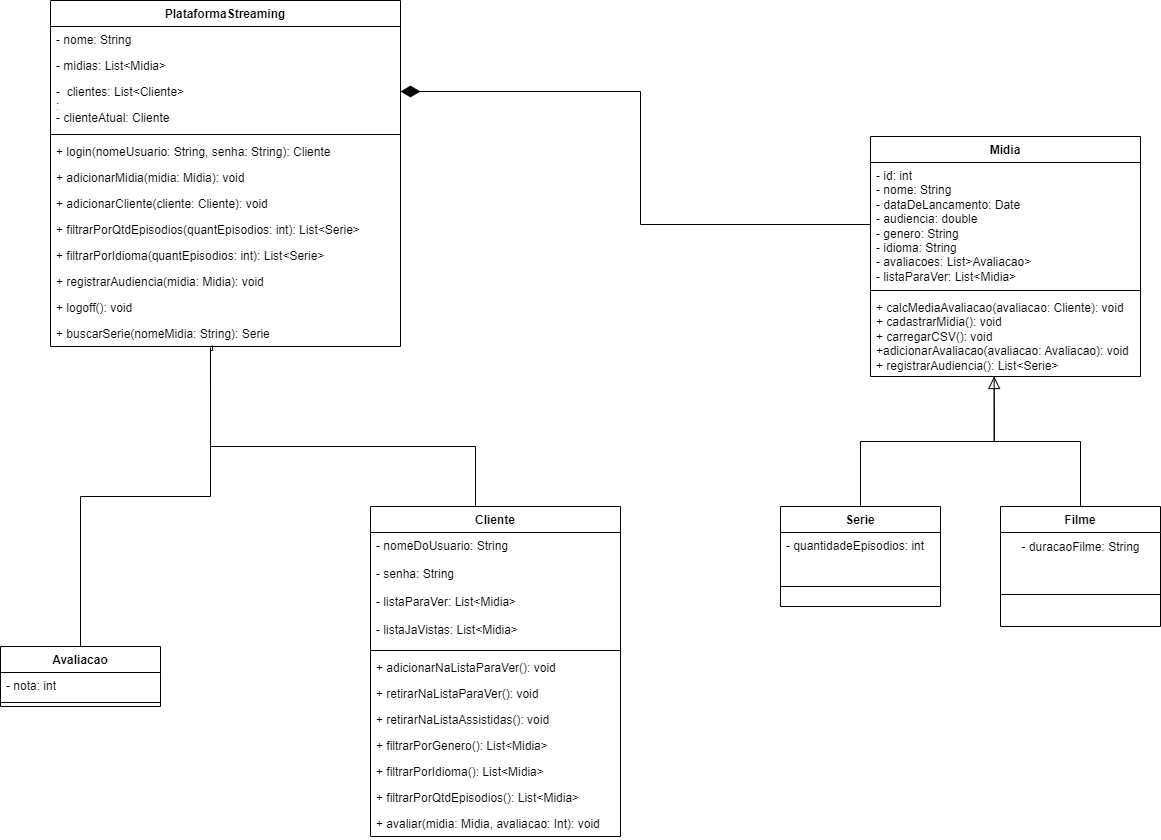
The draw.io diagram docs/diagramas/Diagrama.png in DisciplinasProgramacao/lpm_projetos_3_4_5-grupo4-g2, before a commit. Source tidied: cells renumbered, new cells last; positions are measured from the earlier drawing's top-left corner, leaving out a move shared by most shapes. Source of this version:
```xml
<mxGraphModel>
  <root>
    <mxCell id="0" />
    <mxCell id="1" parent="0" />
    <mxCell id="2" style="edgeStyle=orthogonalEdgeStyle;rounded=0;jettySize=auto;html=1;entryX=0.458;entryY=1;entryDx=0;entryDy=0;entryPerimeter=0;endArrow=block;endFill=0;endSize=10;" parent="1" edge="1" source="3" target="38">
      <mxGeometry relative="1" as="geometry" />
    </mxCell>
    <mxCell id="3" value="Serie" style="swimlane;fontStyle=1;align=center;verticalAlign=top;horizontal=1;startSize=26;" parent="1" vertex="1">
      <mxGeometry x="780" y="506" width="160" height="100" as="geometry" />
    </mxCell>
    <mxCell id="4" value="- quantidadeEpisodios: int" style="text;strokeColor=none;fillColor=none;align=left;verticalAlign=top;spacingLeft=4;spacingRight=4;overflow=hidden;" parent="3" vertex="1">
      <mxGeometry y="26" width="160" height="34" as="geometry" />
    </mxCell>
    <mxCell id="5" style="line;strokeWidth=1;fillColor=none;align=left;verticalAlign=middle;spacingTop=-1;spacingLeft=3;spacingRight=3;labelPosition=right;strokeColor=inherit;" parent="3" vertex="1">
      <mxGeometry y="60" width="160" height="40" as="geometry" />
    </mxCell>
    <mxCell id="6" style="edgeStyle=orthogonalEdgeStyle;rounded=0;jettySize=auto;html=1;entryX=0.458;entryY=1;entryDx=0;entryDy=0;entryPerimeter=0;endArrow=none;endFill=0;" parent="1" edge="1" source="7" target="38">
      <mxGeometry relative="1" as="geometry" />
    </mxCell>
    <mxCell id="7" value="Filme" style="swimlane;fontStyle=1;align=center;verticalAlign=top;horizontal=1;startSize=26;" parent="1" vertex="1">
      <mxGeometry x="1000" y="506" width="160" height="120" as="geometry" />
    </mxCell>
    <mxCell id="8" value="- duracaoFilme: String" style="text;html=1;align=center;verticalAlign=middle;strokeColor=none;fillColor=none;" parent="7" vertex="1">
      <mxGeometry y="26" width="160" height="30" as="geometry" />
    </mxCell>
    <mxCell id="9" style="line;strokeWidth=1;fillColor=none;align=left;verticalAlign=middle;spacingTop=-1;spacingLeft=3;spacingRight=3;labelPosition=right;strokeColor=inherit;" parent="7" vertex="1">
      <mxGeometry y="56" width="160" height="64" as="geometry" />
    </mxCell>
    <mxCell id="10" style="edgeStyle=orthogonalEdgeStyle;rounded=0;jettySize=auto;html=1;entryX=0.463;entryY=0.962;entryDx=0;entryDy=0;entryPerimeter=0;endArrow=none;endFill=0;endSize=16;" parent="1" edge="1" source="11" target="34">
      <mxGeometry relative="1" as="geometry">
        <Array as="points">
          <mxPoint x="475" y="446" />
          <mxPoint x="210" y="446" />
          <mxPoint x="210" y="350" />
          <mxPoint x="212" y="350" />
        </Array>
      </mxGeometry>
    </mxCell>
    <mxCell id="11" value="Cliente&#10;" style="swimlane;fontStyle=1;align=center;verticalAlign=top;horizontal=1;startSize=26;" parent="1" vertex="1">
      <mxGeometry x="370" y="506" width="250" height="330" as="geometry" />
    </mxCell>
    <mxCell id="12" value="- nomeDoUsuario: String&#10;&#10;- senha: String&#10;&#10;- listaParaVer: List&lt;Midia&gt;&#10;&#10;- listaJaVistas: List&lt;Midia&gt;" style="text;strokeColor=none;fillColor=none;align=left;verticalAlign=top;spacingLeft=4;spacingRight=4;overflow=hidden;" parent="11" vertex="1">
      <mxGeometry y="26" width="250" height="114" as="geometry" />
    </mxCell>
    <mxCell id="13" style="line;strokeWidth=1;fillColor=none;align=left;verticalAlign=middle;spacingTop=-1;spacingLeft=3;spacingRight=3;labelPosition=right;strokeColor=inherit;" parent="11" vertex="1">
      <mxGeometry y="140" width="250" height="8" as="geometry" />
    </mxCell>
    <mxCell id="14" value="+ adicionarNaListaParaVer(): void" style="text;strokeColor=none;fillColor=none;align=left;verticalAlign=top;spacingLeft=4;spacingRight=4;overflow=hidden;" parent="11" vertex="1">
      <mxGeometry y="148" width="250" height="26" as="geometry" />
    </mxCell>
    <mxCell id="15" value="+ retirarNaListaParaVer(): void" style="text;strokeColor=none;fillColor=none;align=left;verticalAlign=top;spacingLeft=4;spacingRight=4;overflow=hidden;" parent="11" vertex="1">
      <mxGeometry y="174" width="250" height="26" as="geometry" />
    </mxCell>
    <mxCell id="16" value="+ retirarNaListaAssistidas(): void" style="text;strokeColor=none;fillColor=none;align=left;verticalAlign=top;spacingLeft=4;spacingRight=4;overflow=hidden;" parent="11" vertex="1">
      <mxGeometry y="200" width="250" height="26" as="geometry" />
    </mxCell>
    <mxCell id="17" value="+ filtrarPorGenero(): List&lt;Midia&gt;" style="text;strokeColor=none;fillColor=none;align=left;verticalAlign=top;spacingLeft=4;spacingRight=4;overflow=hidden;" parent="11" vertex="1">
      <mxGeometry y="226" width="250" height="26" as="geometry" />
    </mxCell>
    <mxCell id="18" value="+ filtrarPorIdioma(): List&lt;Midia&gt;" style="text;strokeColor=none;fillColor=none;align=left;verticalAlign=top;spacingLeft=4;spacingRight=4;overflow=hidden;" parent="11" vertex="1">
      <mxGeometry y="252" width="250" height="26" as="geometry" />
    </mxCell>
    <mxCell id="19" value="+ filtrarPorQtdEpisodios(): List&lt;Midia&gt;" style="text;strokeColor=none;fillColor=none;align=left;verticalAlign=top;spacingLeft=4;spacingRight=4;overflow=hidden;" parent="11" vertex="1">
      <mxGeometry y="278" width="250" height="26" as="geometry" />
    </mxCell>
    <mxCell id="20" value="+ avaliar(midia: Midia, avaliacao: Int): void" style="text;strokeColor=none;fillColor=none;align=left;verticalAlign=top;spacingLeft=4;spacingRight=4;overflow=hidden;" parent="11" vertex="1">
      <mxGeometry y="304" width="250" height="26" as="geometry" />
    </mxCell>
    <mxCell id="21" value="PlataformaStreaming" style="swimlane;fontStyle=1;align=center;verticalAlign=top;horizontal=1;startSize=26;" parent="1" vertex="1">
      <mxGeometry x="50" width="350" height="346" as="geometry" />
    </mxCell>
    <mxCell id="22" value="- nome: String" style="text;strokeColor=none;fillColor=none;align=left;verticalAlign=top;spacingLeft=4;spacingRight=4;overflow=hidden;" parent="21" vertex="1">
      <mxGeometry y="26" width="350" height="26" as="geometry" />
    </mxCell>
    <mxCell id="23" value="- midias: List&lt;Midia&gt;" style="text;strokeColor=none;fillColor=none;align=left;verticalAlign=top;spacingLeft=4;spacingRight=4;overflow=hidden;" parent="21" vertex="1">
      <mxGeometry y="52" width="350" height="26" as="geometry" />
    </mxCell>
    <mxCell id="24" value="-  clientes: List&lt;Cliente&gt; &#10;;" style="text;strokeColor=none;fillColor=none;align=left;verticalAlign=top;spacingLeft=4;spacingRight=4;overflow=hidden;points=[[0,0.5],[1,0.5]];portConstraint=eastwest;" parent="21" vertex="1">
      <mxGeometry y="78" width="350" height="26" as="geometry" />
    </mxCell>
    <mxCell id="25" value="- clienteAtual: Cliente" style="text;strokeColor=none;fillColor=none;align=left;verticalAlign=top;spacingLeft=4;spacingRight=4;overflow=hidden;" parent="21" vertex="1">
      <mxGeometry y="104" width="350" height="26" as="geometry" />
    </mxCell>
    <mxCell id="26" style="line;strokeWidth=1;fillColor=none;align=left;verticalAlign=middle;spacingTop=-1;spacingLeft=3;spacingRight=3;labelPosition=right;strokeColor=inherit;" parent="21" vertex="1">
      <mxGeometry y="130" width="350" height="8" as="geometry" />
    </mxCell>
    <mxCell id="27" value="+ login(nomeUsuario: String, senha: String): Cliente" style="text;strokeColor=none;fillColor=none;align=left;verticalAlign=top;spacingLeft=4;spacingRight=4;overflow=hidden;" parent="21" vertex="1">
      <mxGeometry y="138" width="350" height="26" as="geometry" />
    </mxCell>
    <mxCell id="28" value="+ adicionarMidia(midia: Midia): void" style="text;strokeColor=none;fillColor=none;align=left;verticalAlign=top;spacingLeft=4;spacingRight=4;overflow=hidden;" parent="21" vertex="1">
      <mxGeometry y="164" width="350" height="26" as="geometry" />
    </mxCell>
    <mxCell id="29" value="+ adicionarCliente(cliente: Cliente): void" style="text;strokeColor=none;fillColor=none;align=left;verticalAlign=top;spacingLeft=4;spacingRight=4;overflow=hidden;" parent="21" vertex="1">
      <mxGeometry y="190" width="350" height="26" as="geometry" />
    </mxCell>
    <mxCell id="30" value="+ filtrarPorQtdEpisodios(quantEpisodios: int): List&lt;Serie&gt;" style="text;strokeColor=none;fillColor=none;align=left;verticalAlign=top;spacingLeft=4;spacingRight=4;overflow=hidden;" parent="21" vertex="1">
      <mxGeometry y="216" width="350" height="26" as="geometry" />
    </mxCell>
    <mxCell id="31" value="+ filtrarPorIdioma(quantEpisodios: int): List&lt;Serie&gt;" style="text;strokeColor=none;fillColor=none;align=left;verticalAlign=top;spacingLeft=4;spacingRight=4;overflow=hidden;" parent="21" vertex="1">
      <mxGeometry y="242" width="350" height="26" as="geometry" />
    </mxCell>
    <mxCell id="32" value="+ registrarAudiencia(midia: Midia): void" style="text;strokeColor=none;fillColor=none;align=left;verticalAlign=top;spacingLeft=4;spacingRight=4;overflow=hidden;" parent="21" vertex="1">
      <mxGeometry y="268" width="350" height="26" as="geometry" />
    </mxCell>
    <mxCell id="33" value="+ logoff(): void" style="text;strokeColor=none;fillColor=none;align=left;verticalAlign=top;spacingLeft=4;spacingRight=4;overflow=hidden;" parent="21" vertex="1">
      <mxGeometry y="294" width="350" height="26" as="geometry" />
    </mxCell>
    <mxCell id="34" value="+ buscarSerie(nomeMidia: String): Serie" style="text;strokeColor=none;fillColor=none;align=left;verticalAlign=top;spacingLeft=4;spacingRight=4;overflow=hidden;points=[[0,0.5],[1,0.5]];portConstraint=eastwest;" parent="21" vertex="1">
      <mxGeometry y="320" width="350" height="26" as="geometry" />
    </mxCell>
    <mxCell id="35" value="Midia" style="swimlane;fontStyle=1;align=center;verticalAlign=top;horizontal=1;startSize=26;whiteSpace=wrap;html=1;" parent="1" vertex="1">
      <mxGeometry x="870" y="136" width="270" height="240" as="geometry" />
    </mxCell>
    <mxCell id="36" value="- id: int&lt;br style=&quot;border-color: var(--border-color);&quot;&gt;- nome: String&lt;br style=&quot;border-color: var(--border-color);&quot;&gt;- dataDeLancamento: Date&lt;br style=&quot;border-color: var(--border-color);&quot;&gt;- audiencia: double&lt;br style=&quot;border-color: var(--border-color);&quot;&gt;- genero: String&lt;br&gt;- idioma: String&lt;br&gt;- avaliacoes: List&amp;gt;Avaliacao&amp;gt;&lt;br&gt;- listaParaVer: List&amp;lt;Midia&amp;gt;&lt;br&gt;" style="text;strokeColor=none;fillColor=none;align=left;verticalAlign=top;spacingLeft=4;spacingRight=4;overflow=hidden;points=[[0,0.5],[1,0.5]];portConstraint=eastwest;whiteSpace=wrap;html=1;" parent="35" vertex="1">
      <mxGeometry y="26" width="270" height="124" as="geometry" />
    </mxCell>
    <mxCell id="37" style="line;strokeWidth=1;fillColor=none;align=left;verticalAlign=middle;spacingTop=-1;spacingLeft=3;spacingRight=3;labelPosition=right;strokeColor=inherit;" parent="35" vertex="1">
      <mxGeometry y="150" width="270" height="8" as="geometry" />
    </mxCell>
    <mxCell id="38" value="+ calcMediaAvaliacao(avaliacao: Cliente): void&amp;nbsp;&amp;nbsp;&lt;br&gt;+ cadastrarMidia(): void&lt;br&gt;+ carregarCSV(): void&lt;br&gt;+adicionarAvaliacao(avaliacao: Avaliacao): void&lt;br&gt;+ registrarAudiencia(): List&amp;lt;Serie&amp;gt;" style="text;strokeColor=none;fillColor=none;align=left;verticalAlign=top;spacingLeft=4;spacingRight=4;overflow=hidden;points=[[0,0.5],[1,0.5]];portConstraint=eastwest;whiteSpace=wrap;html=1;" parent="35" vertex="1">
      <mxGeometry y="158" width="270" height="82" as="geometry" />
    </mxCell>
    <mxCell id="39" style="edgeStyle=orthogonalEdgeStyle;rounded=0;jettySize=auto;html=1;entryX=1;entryY=0.5;entryDx=0;entryDy=0;endArrow=diamondThin;endFill=1;endSize=17;" parent="1" edge="1" source="36" target="24">
      <mxGeometry relative="1" as="geometry" />
    </mxCell>
    <mxCell id="40" style="edgeStyle=orthogonalEdgeStyle;rounded=0;jettySize=auto;html=1;entryX=0.457;entryY=1.038;entryDx=0;entryDy=0;entryPerimeter=0;endArrow=none;endFill=0;" parent="1" edge="1" source="41" target="34">
      <mxGeometry relative="1" as="geometry">
        <Array as="points">
          <mxPoint x="80" y="496" />
          <mxPoint x="210" y="496" />
        </Array>
      </mxGeometry>
    </mxCell>
    <mxCell id="41" value="Avaliacao" style="swimlane;fontStyle=1;align=center;verticalAlign=top;horizontal=1;startSize=26;whiteSpace=wrap;html=1;" parent="1" vertex="1">
      <mxGeometry y="646" width="160" height="60" as="geometry" />
    </mxCell>
    <mxCell id="42" value="- nota: int" style="text;strokeColor=none;fillColor=none;align=left;verticalAlign=top;spacingLeft=4;spacingRight=4;overflow=hidden;whiteSpace=wrap;html=1;" parent="41" vertex="1">
      <mxGeometry y="26" width="160" height="26" as="geometry" />
    </mxCell>
    <mxCell id="43" style="line;strokeWidth=1;fillColor=none;align=left;verticalAlign=middle;spacingTop=-1;spacingLeft=3;spacingRight=3;labelPosition=right;strokeColor=inherit;" parent="41" vertex="1">
      <mxGeometry y="52" width="160" height="8" as="geometry" />
    </mxCell>
  </root>
</mxGraphModel>
```
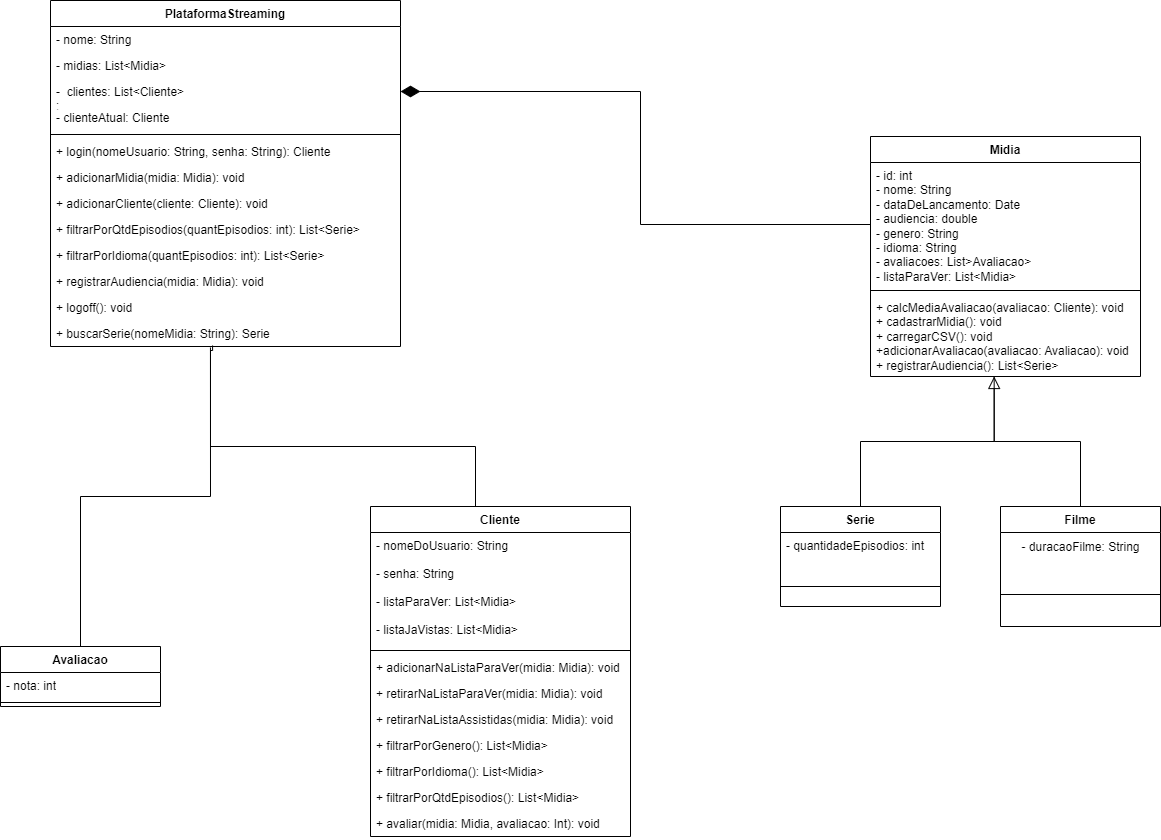
After the commit.

What changed in the source:
```diff
@@ -37,34 +37,34 @@
       </mxGeometry>
     </mxCell>
     <mxCell id="11" value="Cliente&#10;" style="swimlane;fontStyle=1;align=center;verticalAlign=top;horizontal=1;startSize=26;" parent="1" vertex="1">
-      <mxGeometry x="370" y="506" width="250" height="330" as="geometry" />
+      <mxGeometry x="370" y="506" width="260" height="330" as="geometry" />
     </mxCell>
     <mxCell id="12" value="- nomeDoUsuario: String&#10;&#10;- senha: String&#10;&#10;- listaParaVer: List&lt;Midia&gt;&#10;&#10;- listaJaVistas: List&lt;Midia&gt;" style="text;strokeColor=none;fillColor=none;align=left;verticalAlign=top;spacingLeft=4;spacingRight=4;overflow=hidden;" parent="11" vertex="1">
-      <mxGeometry y="26" width="250" height="114" as="geometry" />
+      <mxGeometry y="26" width="260" height="114" as="geometry" />
     </mxCell>
     <mxCell id="13" style="line;strokeWidth=1;fillColor=none;align=left;verticalAlign=middle;spacingTop=-1;spacingLeft=3;spacingRight=3;labelPosition=right;strokeColor=inherit;" parent="11" vertex="1">
-      <mxGeometry y="140" width="250" height="8" as="geometry" />
+      <mxGeometry y="140" width="260" height="8" as="geometry" />
     </mxCell>
-    <mxCell id="14" value="+ adicionarNaListaParaVer(): void" style="text;strokeColor=none;fillColor=none;align=left;verticalAlign=top;spacingLeft=4;spacingRight=4;overflow=hidden;" parent="11" vertex="1">
-      <mxGeometry y="148" width="250" height="26" as="geometry" />
+    <mxCell id="14" value="+ adicionarNaListaParaVer(midia: Midia): void" style="text;strokeColor=none;fillColor=none;align=left;verticalAlign=top;spacingLeft=4;spacingRight=4;overflow=hidden;" parent="11" vertex="1">
+      <mxGeometry y="148" width="260" height="26" as="geometry" />
     </mxCell>
-    <mxCell id="15" value="+ retirarNaListaParaVer(): void" style="text;strokeColor=none;fillColor=none;align=left;verticalAlign=top;spacingLeft=4;spacingRight=4;overflow=hidden;" parent="11" vertex="1">
-      <mxGeometry y="174" width="250" height="26" as="geometry" />
+    <mxCell id="15" value="+ retirarNaListaParaVer(midia: Midia): void" style="text;strokeColor=none;fillColor=none;align=left;verticalAlign=top;spacingLeft=4;spacingRight=4;overflow=hidden;" parent="11" vertex="1">
+      <mxGeometry y="174" width="260" height="26" as="geometry" />
     </mxCell>
-    <mxCell id="16" value="+ retirarNaListaAssistidas(): void" style="text;strokeColor=none;fillColor=none;align=left;verticalAlign=top;spacingLeft=4;spacingRight=4;overflow=hidden;" parent="11" vertex="1">
-      <mxGeometry y="200" width="250" height="26" as="geometry" />
+    <mxCell id="16" value="+ retirarNaListaAssistidas(midia: Midia): void" style="text;strokeColor=none;fillColor=none;align=left;verticalAlign=top;spacingLeft=4;spacingRight=4;overflow=hidden;" parent="11" vertex="1">
+      <mxGeometry y="200" width="260" height="26" as="geometry" />
     </mxCell>
     <mxCell id="17" value="+ filtrarPorGenero(): List&lt;Midia&gt;" style="text;strokeColor=none;fillColor=none;align=left;verticalAlign=top;spacingLeft=4;spacingRight=4;overflow=hidden;" parent="11" vertex="1">
-      <mxGeometry y="226" width="250" height="26" as="geometry" />
+      <mxGeometry y="226" width="260" height="26" as="geometry" />
     </mxCell>
     <mxCell id="18" value="+ filtrarPorIdioma(): List&lt;Midia&gt;" style="text;strokeColor=none;fillColor=none;align=left;verticalAlign=top;spacingLeft=4;spacingRight=4;overflow=hidden;" parent="11" vertex="1">
-      <mxGeometry y="252" width="250" height="26" as="geometry" />
+      <mxGeometry y="252" width="260" height="26" as="geometry" />
     </mxCell>
     <mxCell id="19" value="+ filtrarPorQtdEpisodios(): List&lt;Midia&gt;" style="text;strokeColor=none;fillColor=none;align=left;verticalAlign=top;spacingLeft=4;spacingRight=4;overflow=hidden;" parent="11" vertex="1">
-      <mxGeometry y="278" width="250" height="26" as="geometry" />
+      <mxGeometry y="278" width="260" height="26" as="geometry" />
     </mxCell>
     <mxCell id="20" value="+ avaliar(midia: Midia, avaliacao: Int): void" style="text;strokeColor=none;fillColor=none;align=left;verticalAlign=top;spacingLeft=4;spacingRight=4;overflow=hidden;" parent="11" vertex="1">
-      <mxGeometry y="304" width="250" height="26" as="geometry" />
+      <mxGeometry y="304" width="260" height="26" as="geometry" />
     </mxCell>
     <mxCell id="21" value="PlataformaStreaming" style="swimlane;fontStyle=1;align=center;verticalAlign=top;horizontal=1;startSize=26;" parent="1" vertex="1">
       <mxGeometry x="50" width="350" height="346" as="geometry" />
```
